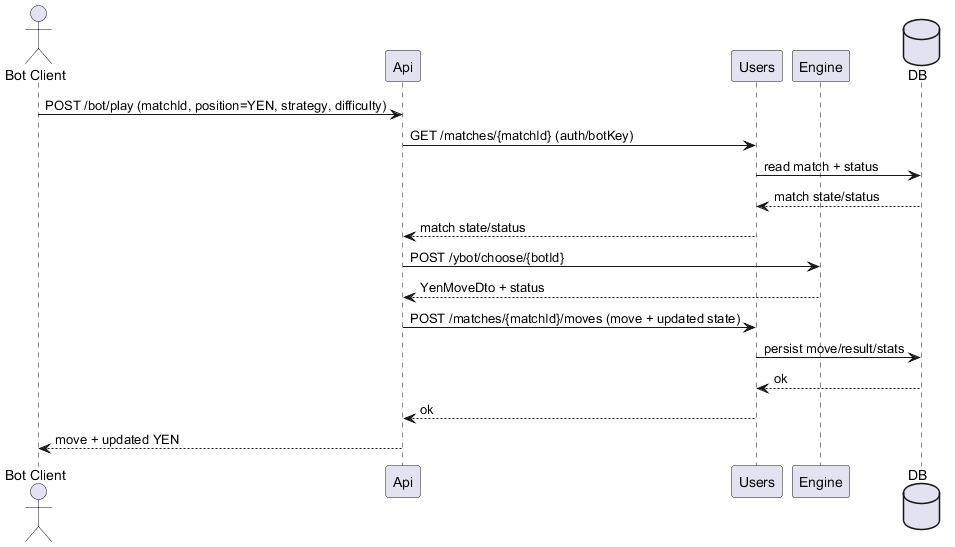
This is images/runtime-bot-api.png from Arquisoft/yovi_es1c, a PlantUML export, as it was before one commit.
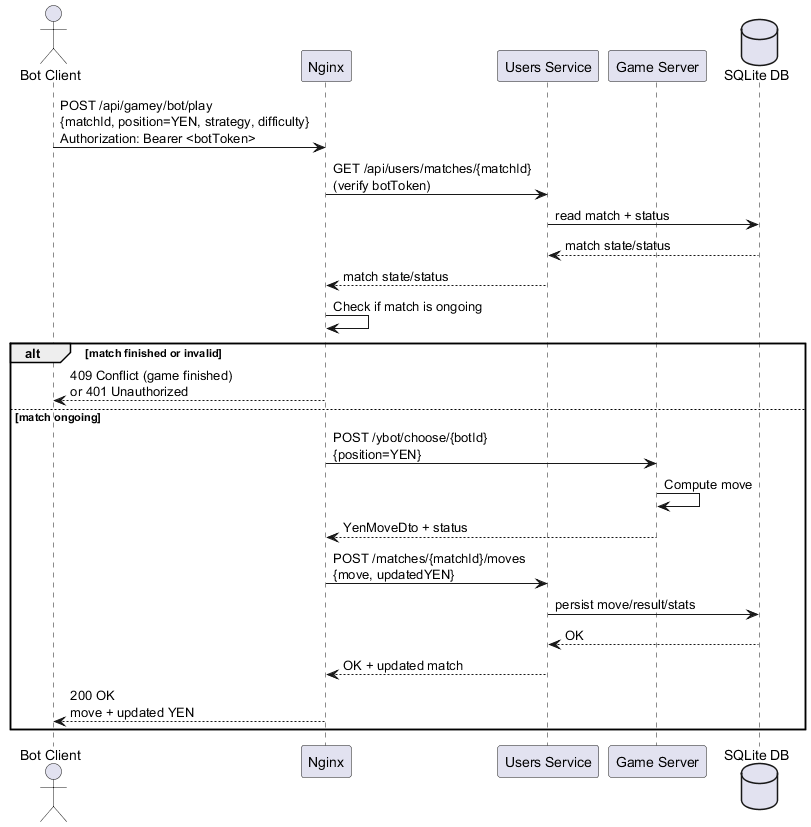
After the change.

What changed in the source:
```diff
@@ -1,24 +1,30 @@
 @startuml
 actor "Bot Client" as Bot
-participant Api
-participant Users
-participant Engine
-database DB
+participant "Nginx" as Nginx
+participant "Users Service" as Users
+participant "Game Server" as Engine
+database "SQLite DB" as DB
 
-Bot -> Api: POST /bot/play (matchId, position=YEN, strategy, difficulty)
+Bot -> Nginx: POST /api/gamey/bot/play\n{matchId, position=YEN, strategy, difficulty}\nAuthorization: Bearer <botToken>
 
-Api -> Users: GET /matches/{matchId} (auth/botKey)
+Nginx -> Users: GET /api/users/matches/{matchId}\n(verify botToken)
 Users -> DB: read match + status
 DB --> Users: match state/status
-Users --> Api: match state/status
+Users --> Nginx: match state/status
+Nginx -> Nginx: Check if match is ongoing
 
-Api -> Engine: POST /ybot/choose/{botId}
-Engine --> Api: YenMoveDto + status
+alt match finished or invalid
+  Nginx --> Bot: 409 Conflict (game finished)\nor 401 Unauthorized
+else match ongoing
+  Nginx -> Engine: POST /ybot/choose/{botId}\n{position=YEN}
+  Engine -> Engine: Compute move
+  Engine --> Nginx: YenMoveDto + status
 
-Api -> Users: POST /matches/{matchId}/moves (move + updated state)
-Users -> DB: persist move/result/stats
-DB --> Users: ok
-Users --> Api: ok
+  Nginx -> Users: POST /matches/{matchId}/moves\n{move, updatedYEN}
+  Users -> DB: persist move/result/stats
+  DB --> Users: OK
+  Users --> Nginx: OK + updated match
 
-Api --> Bot: move + updated YEN
+  Nginx --> Bot: 200 OK\nmove + updated YEN
+end
 @enduml
```
